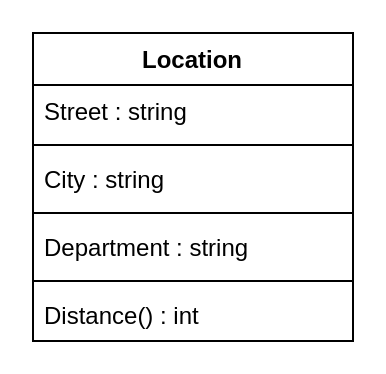
Earlier version of the draw.io diagram Assets/UML_Diagrams/Location.drawio (ProgramacionII-Equipo3/Proyecto). Source tidied: cells renumbered, new cells numbered last; positions are measured from the earlier drawing's top-left corner, leaving out a move shared by most shapes. Both pictures are drawn from the tidied source at 200%, with x=0, y=0 at pixel (32, 32).
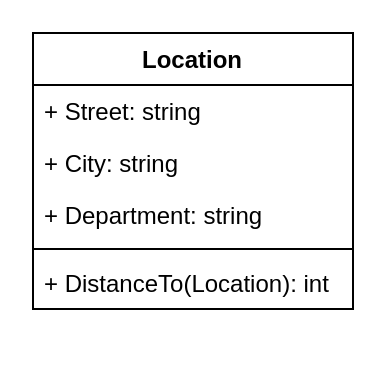
Above is the later version.

The edit, as a diff of the source:
```diff
@@
 <mxGraphModel>
   <root>
     <mxCell id="0" />
     <mxCell id="1" parent="0" />
     <mxCell id="2" value="Location" style="swimlane;fontStyle=1;align=center;verticalAlign=top;horizontal=1;startSize=26;" parent="1" vertex="1">
-      <mxGeometry width="160" height="154" as="geometry" />
+      <mxGeometry width="160" height="138" as="geometry" />
     </mxCell>
-    <mxCell id="3" value="Street : string" style="text;strokeColor=none;fillColor=none;align=left;verticalAlign=top;spacingLeft=4;spacingRight=4;overflow=hidden;" parent="2" vertex="1">
+    <mxCell id="3" value="+ Street: string" style="text;strokeColor=none;fillColor=none;align=left;verticalAlign=top;spacingLeft=4;spacingRight=4;overflow=hidden;" parent="2" vertex="1">
       <mxGeometry y="26" width="160" height="26" as="geometry" />
     </mxCell>
-    <mxCell id="4" style="line;strokeWidth=1;fillColor=none;align=left;verticalAlign=middle;spacingTop=-1;spacingLeft=3;spacingRight=3;labelPosition=right;" parent="2" vertex="1">
-      <mxGeometry y="52" width="160" height="8" as="geometry" />
-    </mxCell>
-    <mxCell id="5" value="City : string" style="text;strokeColor=none;fillColor=none;align=left;verticalAlign=top;spacingLeft=4;spacingRight=4;overflow=hidden;" parent="2" vertex="1">
-      <mxGeometry y="60" width="160" height="26" as="geometry" />
+    <mxCell id="5" value="+ City: string" style="text;strokeColor=none;fillColor=none;align=left;verticalAlign=top;spacingLeft=4;spacingRight=4;overflow=hidden;" parent="2" vertex="1">
+      <mxGeometry y="52" width="160" height="26" as="geometry" />
     </mxCell>
-    <mxCell id="6" style="line;strokeWidth=1;fillColor=none;align=left;verticalAlign=middle;spacingTop=-1;spacingLeft=3;spacingRight=3;labelPosition=right;" parent="2" vertex="1">
-      <mxGeometry y="86" width="160" height="8" as="geometry" />
-    </mxCell>
-    <mxCell id="7" value="Department : string" style="text;strokeColor=none;fillColor=none;align=left;verticalAlign=top;spacingLeft=4;spacingRight=4;overflow=hidden;" parent="2" vertex="1">
-      <mxGeometry y="94" width="160" height="26" as="geometry" />
+    <mxCell id="7" value="+ Department: string" style="text;strokeColor=none;fillColor=none;align=left;verticalAlign=top;spacingLeft=4;spacingRight=4;overflow=hidden;" parent="2" vertex="1">
+      <mxGeometry y="78" width="160" height="26" as="geometry" />
     </mxCell>
     <mxCell id="8" style="line;strokeWidth=1;fillColor=none;align=left;verticalAlign=middle;spacingTop=-1;spacingLeft=3;spacingRight=3;labelPosition=right;" parent="2" vertex="1">
-      <mxGeometry y="120" width="160" height="8" as="geometry" />
+      <mxGeometry y="104" width="160" height="8" as="geometry" />
     </mxCell>
-    <mxCell id="9" value="Distance() : int" style="text;strokeColor=none;fillColor=none;align=left;verticalAlign=top;spacingLeft=4;spacingRight=4;overflow=hidden;" parent="2" vertex="1">
-      <mxGeometry y="128" width="160" height="26" as="geometry" />
+    <mxCell id="9" value="+ DistanceTo(Location): int" style="text;strokeColor=none;fillColor=none;align=left;verticalAlign=top;spacingLeft=4;spacingRight=4;overflow=hidden;" parent="2" vertex="1">
+      <mxGeometry y="112" width="160" height="26" as="geometry" />
     </mxCell>
   </root>
 </mxGraphModel>
```
